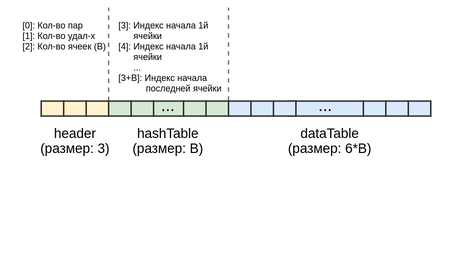
puzpuzpuz/talks keeps this draw.io diagram as 2021-ru-es6-collection-internals/slides/images/map-memory-layout-3.png. Above is the earlier version. Source tidied: cells renumbered, new cells last; positions are measured from the earlier drawing's top-left corner, leaving out a move shared by most shapes.
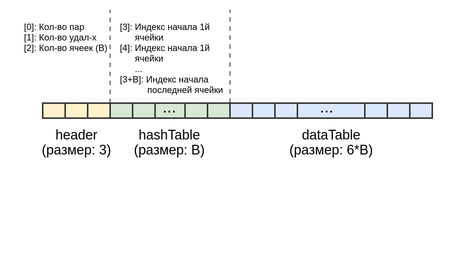
After the commit.

What changed in the source:
```diff
@@ -2,118 +2,121 @@
   <root>
     <mxCell id="0" />
     <mxCell id="1" parent="0" />
-    <mxCell id="2" value="hashTable&lt;br&gt;(размер: B)" style="text;html=1;strokeColor=none;fillColor=none;align=center;verticalAlign=top;whiteSpace=wrap;rounded=0;fontSize=9;" parent="1" vertex="1">
-      <mxGeometry x="70" y="71.9" width="60" height="30" as="geometry" />
+    <mxCell id="2" style="group;" parent="1" vertex="1">
+      <mxGeometry x="70" y="71.9" width="275" height="157.2" as="geometry" />
     </mxCell>
-    <mxCell id="3" value="header&lt;br&gt;(размер: 3)" style="text;html=1;strokeColor=none;fillColor=none;align=center;verticalAlign=top;whiteSpace=wrap;rounded=0;fontSize=9;" parent="1" vertex="1">
-      <mxGeometry x="12.5" y="71.9" width="50" height="30" as="geometry" />
+    <mxCell id="3" value="hashTable&lt;br&gt;(размер: B)" style="text;html=1;strokeColor=none;fillColor=none;align=center;verticalAlign=top;whiteSpace=wrap;rounded=0;fontSize=9;" parent="2" vertex="1">
+      <mxGeometry x="70" y="72.2" width="60" height="30" as="geometry" />
     </mxCell>
-    <mxCell id="4" value="dataTable&lt;br&gt;(размер: 6*B)" style="text;html=1;strokeColor=none;fillColor=none;align=center;verticalAlign=top;whiteSpace=wrap;rounded=0;fontSize=9;" parent="1" vertex="1">
-      <mxGeometry x="142.5" y="71.9" width="130" height="30" as="geometry" />
+    <mxCell id="4" value="header&lt;br&gt;(размер: 3)" style="text;html=1;strokeColor=none;fillColor=none;align=center;verticalAlign=top;whiteSpace=wrap;rounded=0;fontSize=9;" parent="2" vertex="1">
+      <mxGeometry x="12.5" y="72.2" width="50" height="30" as="geometry" />
     </mxCell>
-    <mxCell id="5" value="[0]: Кол-во пар&#10;[1]: Кол-во удал-х&#10;[2]: Кол-во ячеек (B)" style="text;strokeColor=none;fillColor=none;align=left;verticalAlign=top;rounded=0;fontSize=6;whiteSpace=wrap;spacing=2;spacingRight=0;spacingLeft=1;" parent="1" vertex="1">
-      <mxGeometry y="1.9" width="60" height="60" as="geometry" />
+    <mxCell id="5" value="dataTable&lt;br&gt;(размер: 6*B)" style="text;html=1;strokeColor=none;fillColor=none;align=center;verticalAlign=top;whiteSpace=wrap;rounded=0;fontSize=9;" parent="2" vertex="1">
+      <mxGeometry x="142.5" y="72.2" width="130" height="30" as="geometry" />
     </mxCell>
-    <mxCell id="6" style="edgeStyle=none;rounded=0;orthogonalLoop=1;jettySize=auto;html=1;exitX=0;exitY=0.5;exitDx=0;exitDy=0;fontSize=5;" parent="1" edge="1" source="5" target="5">
-      <mxGeometry relative="1" as="geometry" />
+    <mxCell id="6" value="[0]: Кол-во пар&#10;[1]: Кол-во удал-х&#10;[2]: Кол-во ячеек (B)" style="text;strokeColor=none;fillColor=none;align=left;verticalAlign=top;rounded=0;fontSize=6;whiteSpace=wrap;spacing=2;spacingRight=0;spacingLeft=1;" parent="2" vertex="1">
+      <mxGeometry y="2.2" width="60" height="60" as="geometry" />
     </mxCell>
-    <mxCell id="7" value="[3]: Индекс начала 1й &#10;      ячейки&#10;[4]: Индекс начала 1й&#10;      ячейки&#10;      ...&#10;[3+B]: Индекс начала &#10;           последней ячейки" style="text;strokeColor=none;fillColor=none;align=left;verticalAlign=top;rounded=0;fontSize=6;whiteSpace=wrap;spacing=2;spacingLeft=5;" parent="1" vertex="1">
-      <mxGeometry x="60" y="1.9" width="80" height="60" as="geometry" />
+    <mxCell id="7" style="edgeStyle=none;rounded=0;orthogonalLoop=1;jettySize=auto;html=1;exitX=0;exitY=0.5;exitDx=0;exitDy=0;fontSize=5;" parent="2" edge="1" source="6" target="6">
+      <mxGeometry relative="1" as="geometry" />
     </mxCell>
-    <mxCell id="8" value="Структура каждой пары:&lt;br&gt;[0*]: Ключ&lt;br&gt;[1*]: Значение&lt;br&gt;[2*]: Индекс следующей пары в цепочке&lt;br&gt;&lt;font style=&quot;font-size: 5px&quot;&gt;* Относительные индексы&lt;/font&gt;" style="text;strokeColor=none;fillColor=none;align=left;verticalAlign=top;rounded=0;fontSize=6;whiteSpace=wrap;spacing=2;html=1;spacingLeft=5;textOpacity=0;" parent="1" vertex="1">
-      <mxGeometry x="140" y="1.9" width="130" height="60" as="geometry" />
+    <mxCell id="8" value="[3]: Индекс начала 1й &#10;      ячейки&#10;[4]: Индекс начала 1й&#10;      ячейки&#10;      ...&#10;[3+B]: Индекс начала &#10;           последней ячейки" style="text;strokeColor=none;fillColor=none;align=left;verticalAlign=top;rounded=0;fontSize=6;whiteSpace=wrap;spacing=2;spacingLeft=5;" parent="2" vertex="1">
+      <mxGeometry x="60" y="2.2" width="80" height="60" as="geometry" />
     </mxCell>
-    <mxCell id="9" value="Пара ключ-значение&lt;br&gt;(размер: 3)" style="text;html=1;strokeColor=none;fillColor=none;align=center;verticalAlign=top;whiteSpace=wrap;rounded=0;fontSize=9;textOpacity=0;opacity=0;" parent="1" vertex="1">
-      <mxGeometry x="165" y="131.9" width="90" height="25" as="geometry" />
+    <mxCell id="9" value="Структура каждой пары:&lt;br&gt;[0*]: Ключ&lt;br&gt;[1*]: Значение&lt;br&gt;[2*]: Индекс следующей пары в цепочке&lt;br&gt;&lt;font style=&quot;font-size: 5px&quot;&gt;* Относительные индексы&lt;/font&gt;" style="text;strokeColor=none;fillColor=none;align=left;verticalAlign=top;rounded=0;fontSize=6;whiteSpace=wrap;spacing=2;html=1;spacingLeft=5;textOpacity=0;" parent="2" vertex="1">
+      <mxGeometry x="140" y="2.2" width="130" height="60" as="geometry" />
     </mxCell>
-    <mxCell id="10" style="shape=curlyBracket;whiteSpace=wrap;html=1;rounded=1;fontSize=6;align=left;direction=north;strokeColor=#808080;textOpacity=0;opacity=0;" parent="1" vertex="1">
-      <mxGeometry x="140" y="71.9" width="45" height="10" as="geometry" />
+    <mxCell id="10" value="Пара ключ-значение&lt;br&gt;(размер: 3)" style="text;html=1;strokeColor=none;fillColor=none;align=center;verticalAlign=top;whiteSpace=wrap;rounded=0;fontSize=9;textOpacity=0;opacity=0;" parent="2" vertex="1">
+      <mxGeometry x="165" y="132.2" width="90" height="25" as="geometry" />
     </mxCell>
-    <mxCell id="11" style="endArrow=classic;html=1;fontSize=6;exitX=0.1;exitY=0.5;exitDx=0;exitDy=0;exitPerimeter=0;entryX=0.5;entryY=0;entryDx=0;entryDy=0;startSize=3;endSize=3;edgeStyle=orthogonalEdgeStyle;curved=1;strokeColor=#808080;textOpacity=0;opacity=0;" parent="1" edge="1" source="10" target="16">
-      <mxGeometry relative="1" as="geometry">
-        <Array as="points">
-          <mxPoint x="163" y="111.9" />
-          <mxPoint x="210" y="111.9" />
-        </Array>
-      </mxGeometry>
+    <mxCell id="11" style="shape=curlyBracket;whiteSpace=wrap;html=1;rounded=1;fontSize=6;align=left;direction=north;strokeColor=#808080;textOpacity=0;opacity=0;" parent="2" vertex="1">
+      <mxGeometry x="140" y="72.2" width="45" height="10" as="geometry" />
     </mxCell>
-    <mxCell id="12" style="endArrow=none;dashed=1;html=1;fontSize=6;exitX=1;exitY=1;exitDx=0;exitDy=0;strokeColor=#808080;" parent="1" edge="1">
+    <mxCell id="12" style="endArrow=classic;html=1;fontSize=6;exitX=0.1;exitY=0.5;exitDx=0;exitDy=0;exitPerimeter=0;entryX=0.5;entryY=0;entryDx=0;entryDy=0;startSize=3;endSize=3;edgeStyle=orthogonalEdgeStyle;curved=1;strokeColor=#808080;textOpacity=0;opacity=0;" parent="2" edge="1" source="11" target="17">
       <mxGeometry relative="1" as="geometry">
-        <mxPoint x="140" y="61.6" as="sourcePoint" />
-        <mxPoint x="140" y="-0.4" as="targetPoint" />
+        <Array as="points">
+          <mxPoint x="163" y="112.2" />
+          <mxPoint x="210" y="112.2" />
+        </Array>
       </mxGeometry>
     </mxCell>
-    <mxCell id="13" style="endArrow=none;dashed=1;html=1;fontSize=6;entryX=0;entryY=0;entryDx=0;entryDy=0;strokeColor=#808080;" parent="1" edge="1">
+    <mxCell id="13" style="endArrow=none;dashed=1;html=1;fontSize=6;exitX=1;exitY=1;exitDx=0;exitDy=0;strokeColor=#808080;" parent="2" edge="1">
       <mxGeometry relative="1" as="geometry">
-        <mxPoint x="60" y="61.9" as="sourcePoint" />
-        <mxPoint x="60" y="-0.4" as="targetPoint" />
+        <mxPoint x="140" y="62" as="sourcePoint" />
+        <mxPoint x="140" as="targetPoint" />
       </mxGeometry>
     </mxCell>
-    <mxCell id="14" style="group;textOpacity=0;opacity=0;" parent="1" vertex="1">
-      <mxGeometry x="187.5" y="121.9" width="45" height="10" as="geometry" />
+    <mxCell id="14" style="endArrow=none;dashed=1;html=1;fontSize=6;entryX=0;entryY=0;entryDx=0;entryDy=0;strokeColor=#808080;" parent="2" edge="1">
+      <mxGeometry relative="1" as="geometry">
+        <mxPoint x="60" y="62.2" as="sourcePoint" />
+        <mxPoint x="60" as="targetPoint" />
+      </mxGeometry>
     </mxCell>
-    <mxCell id="15" style="rounded=0;whiteSpace=wrap;html=1;fillColor=#dae8fc;strokeColor=#333333;textOpacity=0;opacity=0;" parent="14" vertex="1">
-      <mxGeometry width="15" height="10" as="geometry" />
+    <mxCell id="15" style="group;textOpacity=0;opacity=0;" parent="2" vertex="1">
+      <mxGeometry x="187.5" y="122.2" width="45" height="10" as="geometry" />
     </mxCell>
-    <mxCell id="16" style="rounded=0;whiteSpace=wrap;html=1;fillColor=#dae8fc;strokeColor=#333333;textOpacity=0;opacity=0;" parent="14" vertex="1">
-      <mxGeometry x="15" width="15" height="10" as="geometry" />
+    <mxCell id="16" style="rounded=0;whiteSpace=wrap;html=1;fillColor=#dae8fc;strokeColor=#333333;textOpacity=0;opacity=0;" parent="15" vertex="1">
+      <mxGeometry width="15" height="10" as="geometry" />
     </mxCell>
-    <mxCell id="17" style="rounded=0;whiteSpace=wrap;html=1;fillColor=#dae8fc;strokeColor=#333333;textOpacity=0;opacity=0;" parent="14" vertex="1">
-      <mxGeometry x="30" width="15" height="10" as="geometry" />
+    <mxCell id="17" style="rounded=0;whiteSpace=wrap;html=1;fillColor=#dae8fc;strokeColor=#333333;textOpacity=0;opacity=0;" parent="15" vertex="1">
+      <mxGeometry x="15" width="15" height="10" as="geometry" />
     </mxCell>
-    <mxCell id="18" style="group;spacingBottom=4;verticalAlign=middle;" parent="1" vertex="1">
-      <mxGeometry x="60" y="61.9" width="80" height="10" as="geometry" />
+    <mxCell id="18" style="rounded=0;whiteSpace=wrap;html=1;fillColor=#dae8fc;strokeColor=#333333;textOpacity=0;opacity=0;" parent="15" vertex="1">
+      <mxGeometry x="30" width="15" height="10" as="geometry" />
     </mxCell>
-    <mxCell id="19" style="rounded=0;whiteSpace=wrap;html=1;fillColor=#d5e8d4;strokeColor=#333333;" parent="18" vertex="1">
-      <mxGeometry width="15" height="10" as="geometry" />
+    <mxCell id="19" style="group;spacingBottom=4;verticalAlign=middle;" parent="2" vertex="1">
+      <mxGeometry x="60" y="62.2" width="80" height="10" as="geometry" />
     </mxCell>
-    <mxCell id="20" style="rounded=0;whiteSpace=wrap;html=1;fillColor=#d5e8d4;strokeColor=#333333;" parent="18" vertex="1">
-      <mxGeometry x="15" width="15" height="10" as="geometry" />
+    <mxCell id="20" style="rounded=0;whiteSpace=wrap;html=1;fillColor=#d5e8d4;strokeColor=#333333;" parent="19" vertex="1">
+      <mxGeometry width="15" height="10" as="geometry" />
     </mxCell>
-    <mxCell id="21" value="..." style="rounded=0;whiteSpace=wrap;html=1;fillColor=#d5e8d4;strokeColor=#333333;fontSize=11;spacingBottom=4;" parent="18" vertex="1">
-      <mxGeometry x="30" width="20" height="10" as="geometry" />
+    <mxCell id="21" style="rounded=0;whiteSpace=wrap;html=1;fillColor=#d5e8d4;strokeColor=#333333;" parent="19" vertex="1">
+      <mxGeometry x="15" width="15" height="10" as="geometry" />
     </mxCell>
-    <mxCell id="22" style="rounded=0;whiteSpace=wrap;html=1;fillColor=#d5e8d4;strokeColor=#333333;" parent="18" vertex="1">
-      <mxGeometry x="65" width="15" height="10" as="geometry" />
+    <mxCell id="22" value="..." style="rounded=0;whiteSpace=wrap;html=1;fillColor=#d5e8d4;strokeColor=#333333;fontSize=11;spacingBottom=4;" parent="19" vertex="1">
+      <mxGeometry x="30" width="20" height="10" as="geometry" />
     </mxCell>
-    <mxCell id="23" style="rounded=0;whiteSpace=wrap;html=1;fillColor=#d5e8d4;strokeColor=#333333;" parent="18" vertex="1">
-      <mxGeometry x="50" width="15" height="10" as="geometry" />
+    <mxCell id="23" style="rounded=0;whiteSpace=wrap;html=1;fillColor=#d5e8d4;strokeColor=#333333;" parent="19" vertex="1">
+      <mxGeometry x="65" width="15" height="10" as="geometry" />
     </mxCell>
-    <mxCell id="24" style="group;" parent="1" vertex="1">
-      <mxGeometry x="15" y="61.9" width="45" height="10" as="geometry" />
+    <mxCell id="24" style="rounded=0;whiteSpace=wrap;html=1;fillColor=#d5e8d4;strokeColor=#333333;" parent="19" vertex="1">
+      <mxGeometry x="50" width="15" height="10" as="geometry" />
     </mxCell>
-    <mxCell id="25" style="rounded=0;whiteSpace=wrap;html=1;fillColor=#fff2cc;strokeColor=#333333;" parent="24" vertex="1">
-      <mxGeometry width="15" height="10" as="geometry" />
+    <mxCell id="25" style="group;" parent="2" vertex="1">
+      <mxGeometry x="15" y="62.2" width="45" height="10" as="geometry" />
     </mxCell>
-    <mxCell id="26" style="rounded=0;whiteSpace=wrap;html=1;fillColor=#fff2cc;strokeColor=#333333;" parent="24" vertex="1">
-      <mxGeometry x="15" width="15" height="10" as="geometry" />
+    <mxCell id="26" style="rounded=0;whiteSpace=wrap;html=1;fillColor=#fff2cc;strokeColor=#333333;" parent="25" vertex="1">
+      <mxGeometry width="15" height="10" as="geometry" />
     </mxCell>
-    <mxCell id="27" style="rounded=0;whiteSpace=wrap;html=1;fillColor=#fff2cc;strokeColor=#333333;" parent="24" vertex="1">
-      <mxGeometry x="30" width="15" height="10" as="geometry" />
+    <mxCell id="27" style="rounded=0;whiteSpace=wrap;html=1;fillColor=#fff2cc;strokeColor=#333333;" parent="25" vertex="1">
+      <mxGeometry x="15" width="15" height="10" as="geometry" />
     </mxCell>
-    <mxCell id="28" style="group;" parent="1" vertex="1">
-      <mxGeometry x="140" y="61.9" width="135" height="10" as="geometry" />
+    <mxCell id="28" style="rounded=0;whiteSpace=wrap;html=1;fillColor=#fff2cc;strokeColor=#333333;" parent="25" vertex="1">
+      <mxGeometry x="30" width="15" height="10" as="geometry" />
     </mxCell>
-    <mxCell id="29" style="rounded=0;whiteSpace=wrap;html=1;fillColor=#dae8fc;strokeColor=#333333;" parent="28" vertex="1">
-      <mxGeometry width="15" height="10" as="geometry" />
+    <mxCell id="29" style="group;" parent="2" vertex="1">
+      <mxGeometry x="140" y="62.2" width="135" height="10" as="geometry" />
     </mxCell>
-    <mxCell id="30" style="rounded=0;whiteSpace=wrap;html=1;fillColor=#dae8fc;strokeColor=#333333;" parent="28" vertex="1">
-      <mxGeometry x="15" width="15" height="10" as="geometry" />
+    <mxCell id="30" style="rounded=0;whiteSpace=wrap;html=1;fillColor=#dae8fc;strokeColor=#333333;" parent="29" vertex="1">
+      <mxGeometry width="15" height="10" as="geometry" />
     </mxCell>
-    <mxCell id="31" value="..." style="rounded=0;whiteSpace=wrap;html=1;fillColor=#dae8fc;strokeColor=#333333;fontSize=11;verticalAlign=middle;spacingBottom=4;" parent="28" vertex="1">
-      <mxGeometry x="40" width="50" height="10" as="geometry" />
+    <mxCell id="31" style="rounded=0;whiteSpace=wrap;html=1;fillColor=#dae8fc;strokeColor=#333333;" parent="29" vertex="1">
+      <mxGeometry x="15" width="15" height="10" as="geometry" />
     </mxCell>
-    <mxCell id="32" style="rounded=0;whiteSpace=wrap;html=1;fillColor=#dae8fc;strokeColor=#333333;" parent="28" vertex="1">
-      <mxGeometry x="120" width="15" height="10" as="geometry" />
+    <mxCell id="32" value="..." style="rounded=0;whiteSpace=wrap;html=1;fillColor=#dae8fc;strokeColor=#333333;fontSize=11;verticalAlign=middle;spacingBottom=4;" parent="29" vertex="1">
+      <mxGeometry x="40" width="50" height="10" as="geometry" />
     </mxCell>
-    <mxCell id="33" style="rounded=0;whiteSpace=wrap;html=1;fillColor=#dae8fc;strokeColor=#333333;" parent="28" vertex="1">
-      <mxGeometry x="105" width="15" height="10" as="geometry" />
+    <mxCell id="33" style="rounded=0;whiteSpace=wrap;html=1;fillColor=#dae8fc;strokeColor=#333333;" parent="29" vertex="1">
+      <mxGeometry x="120" width="15" height="10" as="geometry" />
     </mxCell>
-    <mxCell id="34" style="rounded=0;whiteSpace=wrap;html=1;fillColor=#dae8fc;strokeColor=#333333;" parent="28" vertex="1">
-      <mxGeometry x="30" width="15" height="10" as="geometry" />
+    <mxCell id="34" style="rounded=0;whiteSpace=wrap;html=1;fillColor=#dae8fc;strokeColor=#333333;" parent="29" vertex="1">
+      <mxGeometry x="105" width="15" height="10" as="geometry" />
     </mxCell>
-    <mxCell id="35" style="rounded=0;whiteSpace=wrap;html=1;fillColor=#dae8fc;strokeColor=#333333;" parent="28" vertex="1">
-      <mxGeometry x="90" width="15" height="10" as="geometry" />
+    <mxCell id="35" style="rounded=0;whiteSpace=wrap;html=1;fillColor=#dae8fc;strokeColor=#333333;" parent="29" vertex="1">
+      <mxGeometry x="30" width="15" height="10" as="geometry" />
     </mxCell>
+    <mxCell id="36" style="rounded=0;whiteSpace=wrap;html=1;fillColor=#dae8fc;strokeColor=#333333;" parent="29" vertex="1">
+      <mxGeometry x="90" width="15" height="10" as="geometry" />
+    </mxCell>
   </root>
 </mxGraphModel>
```
